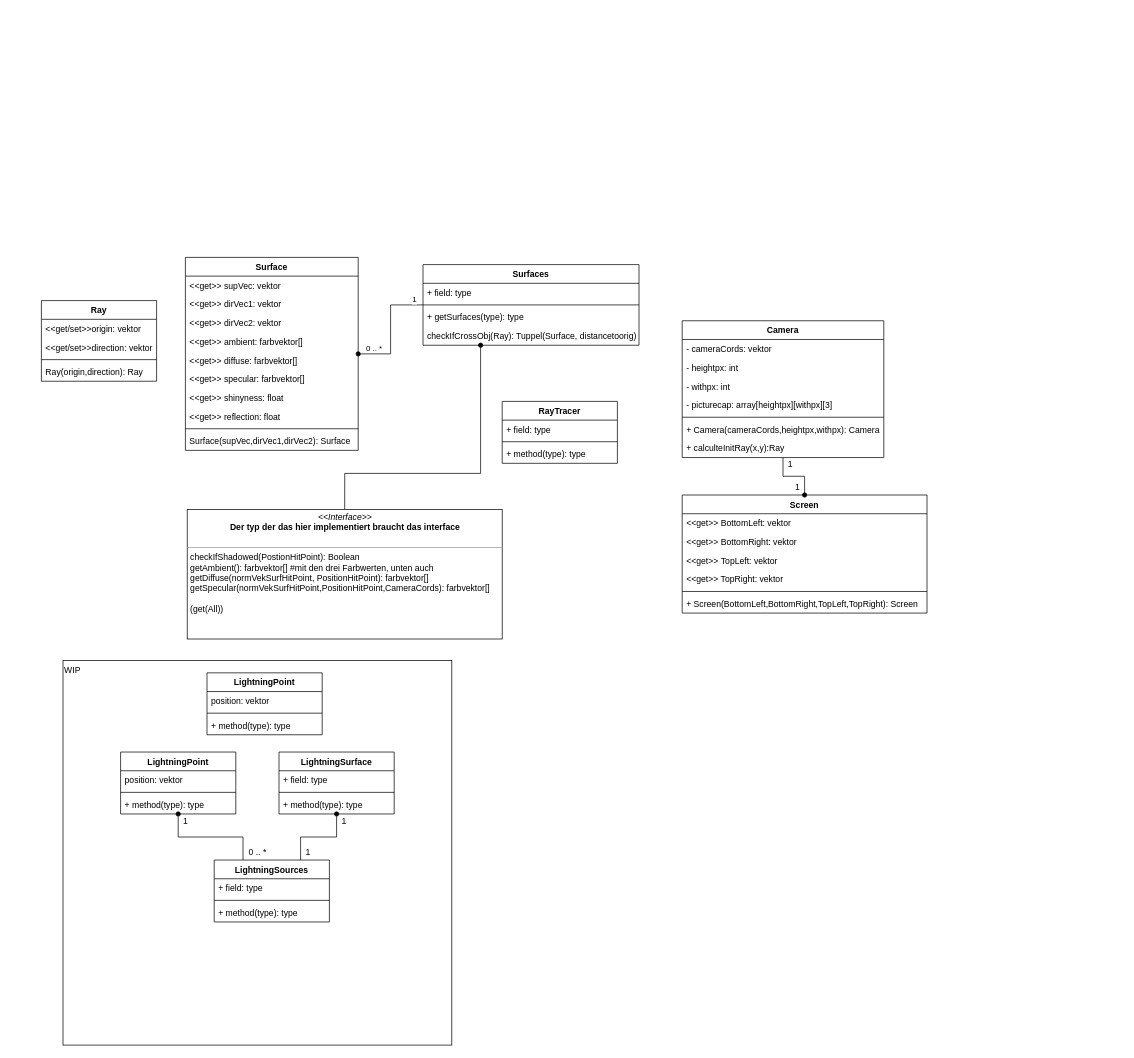
The draw.io diagram rayclasses.drawio in FreshMax9000/RayTrace, before the edit. Source tidied: cells renumbered, new cells numbered last; positions are measured from the earlier drawing's top-left corner, leaving out a move shared by most shapes. Both pictures are drawn from the tidied source at 72%, with x=0, y=0 at pixel (41, 257).
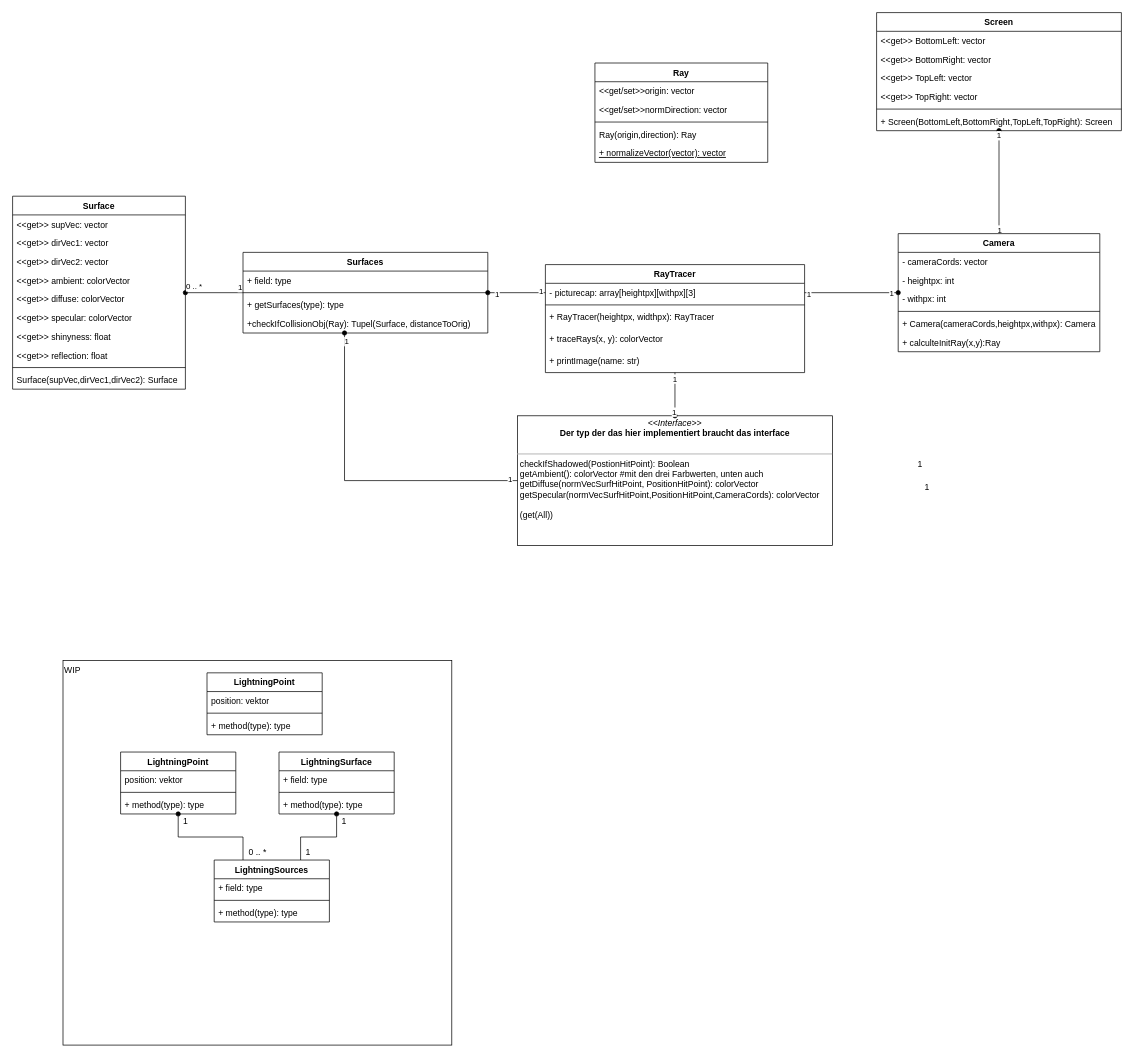
The same diagram, later.

Diff of the diagram source:
```diff
@@
     <mxCell id="6" value="Surface" style="swimlane;fontStyle=1;align=center;verticalAlign=top;horizontal=1;startSize=26;" parent="1" vertex="1">
-      <mxGeometry x="200" width="240" height="268" as="geometry" />
+      <mxGeometry x="-40" y="-85" width="240" height="268" as="geometry" />
     </mxCell>
-    <mxCell id="7" value="&lt;&lt;get&gt;&gt; supVec: vektor&#10;" style="text;strokeColor=none;fillColor=none;align=left;verticalAlign=top;spacingLeft=4;spacingRight=4;overflow=hidden;" parent="6" vertex="1">
+    <mxCell id="7" value="&lt;&lt;get&gt;&gt; supVec: vector&#10;" style="text;strokeColor=none;fillColor=none;align=left;verticalAlign=top;spacingLeft=4;spacingRight=4;overflow=hidden;" parent="6" vertex="1">
       <mxGeometry y="26" width="240" height="26" as="geometry" />
     </mxCell>
-    <mxCell id="8" value="&lt;&lt;get&gt;&gt; dirVec1: vektor" style="text;strokeColor=none;fillColor=none;align=left;verticalAlign=top;spacingLeft=4;spacingRight=4;overflow=hidden;" parent="6" vertex="1">
+    <mxCell id="8" value="&lt;&lt;get&gt;&gt; dirVec1: vector" style="text;strokeColor=none;fillColor=none;align=left;verticalAlign=top;spacingLeft=4;spacingRight=4;overflow=hidden;" parent="6" vertex="1">
       <mxGeometry y="52" width="240" height="26" as="geometry" />
     </mxCell>
-    <mxCell id="9" value="&lt;&lt;get&gt;&gt; dirVec2: vektor" style="text;strokeColor=none;fillColor=none;align=left;verticalAlign=top;spacingLeft=4;spacingRight=4;overflow=hidden;" parent="6" vertex="1">
+    <mxCell id="9" value="&lt;&lt;get&gt;&gt; dirVec2: vector" style="text;strokeColor=none;fillColor=none;align=left;verticalAlign=top;spacingLeft=4;spacingRight=4;overflow=hidden;" parent="6" vertex="1">
       <mxGeometry y="78" width="240" height="26" as="geometry" />
     </mxCell>
-    <mxCell id="10" value="&lt;&lt;get&gt;&gt; ambient: farbvektor[]" style="text;strokeColor=none;fillColor=none;align=left;verticalAlign=top;spacingLeft=4;spacingRight=4;overflow=hidden;" parent="6" vertex="1">
+    <mxCell id="10" value="&lt;&lt;get&gt;&gt; ambient: colorVector" style="text;strokeColor=none;fillColor=none;align=left;verticalAlign=top;spacingLeft=4;spacingRight=4;overflow=hidden;" parent="6" vertex="1">
       <mxGeometry y="104" width="240" height="26" as="geometry" />
     </mxCell>
-    <mxCell id="11" value="&lt;&lt;get&gt;&gt; diffuse: farbvektor[]&#10;" style="text;strokeColor=none;fillColor=none;align=left;verticalAlign=top;spacingLeft=4;spacingRight=4;overflow=hidden;" parent="6" vertex="1">
+    <mxCell id="11" value="&lt;&lt;get&gt;&gt; diffuse: colorVector&#10;" style="text;strokeColor=none;fillColor=none;align=left;verticalAlign=top;spacingLeft=4;spacingRight=4;overflow=hidden;" parent="6" vertex="1">
       <mxGeometry y="130" width="240" height="26" as="geometry" />
     </mxCell>
-    <mxCell id="12" value="&lt;&lt;get&gt;&gt; specular: farbvektor[]" style="text;strokeColor=none;fillColor=none;align=left;verticalAlign=top;spacingLeft=4;spacingRight=4;overflow=hidden;" parent="6" vertex="1">
+    <mxCell id="12" value="&lt;&lt;get&gt;&gt; specular: colorVector" style="text;strokeColor=none;fillColor=none;align=left;verticalAlign=top;spacingLeft=4;spacingRight=4;overflow=hidden;" parent="6" vertex="1">
       <mxGeometry y="156" width="240" height="26" as="geometry" />
     </mxCell>
@@
     <mxCell id="17" value="Ray" style="swimlane;fontStyle=1;align=center;verticalAlign=top;horizontal=1;startSize=26;" parent="1" vertex="1">
-      <mxGeometry y="60" width="160" height="112" as="geometry" />
+      <mxGeometry x="768.8" y="-270" width="240" height="138" as="geometry" />
     </mxCell>
-    <mxCell id="18" value="&lt;&lt;get/set&gt;&gt;origin: vektor&#10;" style="text;strokeColor=none;fillColor=none;align=left;verticalAlign=top;spacingLeft=4;spacingRight=4;overflow=hidden;" parent="17" vertex="1">
-      <mxGeometry y="26" width="160" height="26" as="geometry" />
+    <mxCell id="18" value="&lt;&lt;get/set&gt;&gt;origin: vector&#10;" style="text;strokeColor=none;fillColor=none;align=left;verticalAlign=top;spacingLeft=4;spacingRight=4;overflow=hidden;" parent="17" vertex="1">
+      <mxGeometry y="26" width="240" height="26" as="geometry" />
     </mxCell>
-    <mxCell id="19" value="&lt;&lt;get/set&gt;&gt;direction: vektor" style="text;strokeColor=none;fillColor=none;align=left;verticalAlign=top;spacingLeft=4;spacingRight=4;overflow=hidden;" parent="17" vertex="1">
-      <mxGeometry y="52" width="160" height="26" as="geometry" />
+    <mxCell id="19" value="&lt;&lt;get/set&gt;&gt;normDirection: vector" style="text;strokeColor=none;fillColor=none;align=left;verticalAlign=top;spacingLeft=4;spacingRight=4;overflow=hidden;" parent="17" vertex="1">
+      <mxGeometry y="52" width="240" height="26" as="geometry" />
     </mxCell>
     <mxCell id="20" style="line;strokeWidth=1;fillColor=none;align=left;verticalAlign=middle;spacingTop=-1;spacingLeft=3;spacingRight=3;labelPosition=right;" parent="17" vertex="1">
-      <mxGeometry y="78" width="160" height="8" as="geometry" />
+      <mxGeometry y="78" width="240" height="8" as="geometry" />
     </mxCell>
     <mxCell id="21" value="Ray(origin,direction): Ray" style="text;strokeColor=none;fillColor=none;align=left;verticalAlign=top;spacingLeft=4;spacingRight=4;overflow=hidden;" parent="17" vertex="1">
-      <mxGeometry y="86" width="160" height="26" as="geometry" />
+      <mxGeometry y="86" width="240" height="26" as="geometry" />
     </mxCell>
+    <mxCell id="73" value="+ normalizeVector(vector): vector" style="text;strokeColor=none;fillColor=none;align=left;verticalAlign=top;spacingLeft=4;spacingRight=4;overflow=hidden;fontStyle=4;" parent="17" vertex="1">
+      <mxGeometry y="112" width="240" height="26" as="geometry" />
+    </mxCell>
     <mxCell id="22" value="Screen" style="swimlane;fontStyle=1;align=center;verticalAlign=top;horizontal=1;startSize=26;" parent="1" vertex="1">
-      <mxGeometry x="890" y="330" width="340" height="164" as="geometry" />
+      <mxGeometry x="1160" y="-340" width="340" height="164" as="geometry" />
     </mxCell>
-    <mxCell id="23" value="&lt;&lt;get&gt;&gt; BottomLeft: vektor" style="text;strokeColor=none;fillColor=none;align=left;verticalAlign=top;spacingLeft=4;spacingRight=4;overflow=hidden;" parent="22" vertex="1">
+    <mxCell id="23" value="&lt;&lt;get&gt;&gt; BottomLeft: vector" style="text;strokeColor=none;fillColor=none;align=left;verticalAlign=top;spacingLeft=4;spacingRight=4;overflow=hidden;" parent="22" vertex="1">
       <mxGeometry y="26" width="340" height="26" as="geometry" />
     </mxCell>
-    <mxCell id="24" value="&lt;&lt;get&gt;&gt; BottomRight: vektor&#10;" style="text;strokeColor=none;fillColor=none;align=left;verticalAlign=top;spacingLeft=4;spacingRight=4;overflow=hidden;" parent="22" vertex="1">
+    <mxCell id="24" value="&lt;&lt;get&gt;&gt; BottomRight: vector&#10;" style="text;strokeColor=none;fillColor=none;align=left;verticalAlign=top;spacingLeft=4;spacingRight=4;overflow=hidden;" parent="22" vertex="1">
       <mxGeometry y="52" width="340" height="26" as="geometry" />
     </mxCell>
-    <mxCell id="25" value="&lt;&lt;get&gt;&gt; TopLeft: vektor" style="text;strokeColor=none;fillColor=none;align=left;verticalAlign=top;spacingLeft=4;spacingRight=4;overflow=hidden;" parent="22" vertex="1">
+    <mxCell id="25" value="&lt;&lt;get&gt;&gt; TopLeft: vector" style="text;strokeColor=none;fillColor=none;align=left;verticalAlign=top;spacingLeft=4;spacingRight=4;overflow=hidden;" parent="22" vertex="1">
       <mxGeometry y="78" width="340" height="26" as="geometry" />
     </mxCell>
-    <mxCell id="26" value="&lt;&lt;get&gt;&gt; TopRight: vektor" style="text;strokeColor=none;fillColor=none;align=left;verticalAlign=top;spacingLeft=4;spacingRight=4;overflow=hidden;" parent="22" vertex="1">
+    <mxCell id="26" value="&lt;&lt;get&gt;&gt; TopRight: vector" style="text;strokeColor=none;fillColor=none;align=left;verticalAlign=top;spacingLeft=4;spacingRight=4;overflow=hidden;" parent="22" vertex="1">
       <mxGeometry y="104" width="340" height="26" as="geometry" />
     </mxCell>
@@
-    <mxCell id="45" style="edgeStyle=orthogonalEdgeStyle;rounded=0;jettySize=auto;html=1;exitX=0.5;exitY=0;exitDx=0;exitDy=0;startArrow=oval;startFill=1;endArrow=none;endFill=0;" parent="1" edge="1" source="22" target="50">
-      <mxGeometry relative="1" as="geometry" />
-    </mxCell>
     <mxCell id="46" value="RayTracer" style="swimlane;fontStyle=1;align=center;verticalAlign=top;horizontal=1;startSize=26;" parent="1" vertex="1">
-      <mxGeometry x="640" y="200" width="160" height="86" as="geometry" />
+      <mxGeometry x="700" y="10" width="360" height="150" as="geometry" />
     </mxCell>
-    <mxCell id="47" value="+ field: type" style="text;strokeColor=none;fillColor=none;align=left;verticalAlign=top;spacingLeft=4;spacingRight=4;overflow=hidden;" parent="46" vertex="1">
-      <mxGeometry y="26" width="160" height="26" as="geometry" />
-    </mxCell>
+    <mxCell id="54" value="- picturecap: array[heightpx][withpx][3]" style="text;strokeColor=none;fillColor=none;align=left;verticalAlign=top;spacingLeft=4;spacingRight=4;overflow=hidden;points=[[0,0.5],[1,0.5]];portConstraint=eastwest;" parent="46" vertex="1">
+      <mxGeometry y="26" width="360" height="26" as="geometry" />
+    </mxCell>
     <mxCell id="48" style="line;strokeWidth=1;fillColor=none;align=left;verticalAlign=middle;spacingTop=-1;spacingLeft=3;spacingRight=3;labelPosition=right;" parent="46" vertex="1">
-      <mxGeometry y="52" width="160" height="8" as="geometry" />
+      <mxGeometry y="52" width="360" height="8" as="geometry" />
     </mxCell>
-    <mxCell id="49" value="+ method(type): type" style="text;strokeColor=none;fillColor=none;align=left;verticalAlign=top;spacingLeft=4;spacingRight=4;overflow=hidden;" parent="46" vertex="1">
-      <mxGeometry y="60" width="160" height="26" as="geometry" />
+    <mxCell id="49" value="+ RayTracer(heightpx, widthpx): RayTracer" style="text;strokeColor=none;fillColor=none;align=left;verticalAlign=top;spacingLeft=4;spacingRight=4;overflow=hidden;" parent="46" vertex="1">
+      <mxGeometry y="60" width="360" height="30" as="geometry" />
     </mxCell>
+    <mxCell id="74" value="+ traceRays(x, y): colorVector" style="text;strokeColor=none;fillColor=none;align=left;verticalAlign=top;spacingLeft=4;spacingRight=4;overflow=hidden;" parent="46" vertex="1">
+      <mxGeometry y="90" width="360" height="30" as="geometry" />
+    </mxCell>
+    <mxCell id="75" value="+ printImage(name: str)" style="text;strokeColor=none;fillColor=none;align=left;verticalAlign=top;spacingLeft=4;spacingRight=4;overflow=hidden;" parent="46" vertex="1">
+      <mxGeometry y="120" width="360" height="30" as="geometry" />
+    </mxCell>
+    <mxCell id="76" style="edgeStyle=orthogonalEdgeStyle;rounded=0;jettySize=auto;html=1;exitX=0.5;exitY=0;exitDx=0;exitDy=0;startArrow=none;startFill=0;endArrow=oval;endFill=1;" parent="1" edge="1" source="50" target="22">
+      <mxGeometry relative="1" as="geometry" />
+    </mxCell>
+    <mxCell id="77" value="1" style="edgeLabel;html=1;align=center;verticalAlign=middle;" parent="76" vertex="1">
+      <mxGeometry x="-0.91" relative="1" as="geometry" />
+    </mxCell>
+    <mxCell id="78" value="1" style="edgeLabel;html=1;align=center;verticalAlign=middle;" parent="76" vertex="1">
+      <mxGeometry x="0.92" y="1" relative="1" as="geometry" />
+    </mxCell>
     <mxCell id="50" value="Camera" style="swimlane;fontStyle=1;align=center;verticalAlign=top;horizontal=1;startSize=26;" parent="1" vertex="1">
-      <mxGeometry x="890" y="88" width="280" height="190" as="geometry" />
+      <mxGeometry x="1190" y="-33" width="280" height="164" as="geometry" />
     </mxCell>
-    <mxCell id="51" value="- cameraCords: vektor" style="text;strokeColor=none;fillColor=none;align=left;verticalAlign=top;spacingLeft=4;spacingRight=4;overflow=hidden;" parent="50" vertex="1">
+    <mxCell id="51" value="- cameraCords: vector" style="text;strokeColor=none;fillColor=none;align=left;verticalAlign=top;spacingLeft=4;spacingRight=4;overflow=hidden;" parent="50" vertex="1">
       <mxGeometry y="26" width="280" height="26" as="geometry" />
     </mxCell>
@@
-    <mxCell id="54" value="- picturecap: array[heightpx][withpx][3]" style="text;strokeColor=none;fillColor=none;align=left;verticalAlign=top;spacingLeft=4;spacingRight=4;overflow=hidden;points=[[0,0.5],[1,0.5]];portConstraint=eastwest;" parent="50" vertex="1">
-      <mxGeometry y="104" width="280" height="26" as="geometry" />
-    </mxCell>
     <mxCell id="55" style="line;strokeWidth=1;fillColor=none;align=left;verticalAlign=middle;spacingTop=-1;spacingLeft=3;spacingRight=3;labelPosition=right;" parent="50" vertex="1">
-      <mxGeometry y="130" width="280" height="8" as="geometry" />
+      <mxGeometry y="104" width="280" height="8" as="geometry" />
     </mxCell>
     <mxCell id="56" value="+ Camera(cameraCords,heightpx,withpx): Camera" style="text;strokeColor=none;fillColor=none;align=left;verticalAlign=top;spacingLeft=4;spacingRight=4;overflow=hidden;" parent="50" vertex="1">
-      <mxGeometry y="138" width="280" height="26" as="geometry" />
+      <mxGeometry y="112" width="280" height="26" as="geometry" />
     </mxCell>
     <mxCell id="57" value="+ calculteInitRay(x,y):Ray" style="text;strokeColor=none;fillColor=none;align=left;verticalAlign=top;spacingLeft=4;spacingRight=4;overflow=hidden;" parent="50" vertex="1">
-      <mxGeometry y="164" width="280" height="26" as="geometry" />
+      <mxGeometry y="138" width="280" height="26" as="geometry" />
     </mxCell>
@@
     <mxCell id="60" value="1" style="text;html=1;align=center;verticalAlign=middle;" parent="1" vertex="1">
-      <mxGeometry x="1040" y="310" width="20" height="20" as="geometry" />
+      <mxGeometry x="1220" y="310" width="20" height="20" as="geometry" />
     </mxCell>
     <mxCell id="61" value="1" style="text;html=1;align=center;verticalAlign=middle;" parent="1" vertex="1">
-      <mxGeometry x="1030" y="278" width="20" height="20" as="geometry" />
+      <mxGeometry x="1210" y="278" width="20" height="20" as="geometry" />
     </mxCell>
@@
-    <mxCell id="66" value="&lt;p style=&quot;margin: 0px ; margin-top: 4px ; text-align: center&quot;&gt;&lt;i&gt;&amp;lt;&amp;lt;Interface&amp;gt;&amp;gt;&lt;/i&gt;&lt;br&gt;&lt;b&gt;Der typ der das hier implementiert braucht das interface&lt;/b&gt;&lt;/p&gt;&lt;p style=&quot;margin: 0px ; margin-left: 4px&quot;&gt;&lt;br&gt;&lt;/p&gt;&lt;hr size=&quot;1&quot;&gt;&lt;p style=&quot;margin: 0px ; margin-left: 4px&quot;&gt;checkIfShadowed(PostionHitPoint): Boolean&lt;/p&gt;&lt;p style=&quot;margin: 0px ; margin-left: 4px&quot;&gt;getAmbient(): farbvektor[] #mit den drei Farbwerten, unten auch&lt;/p&gt;&lt;p style=&quot;margin: 0px ; margin-left: 4px&quot;&gt;getDiffuse(normVekSurfHitPoint, PositionHitPoint): farbvektor[]&lt;/p&gt;&lt;p style=&quot;margin: 0px ; margin-left: 4px&quot;&gt;getSpecular(normVekSurfHitPoint,PositionHitPoint,CameraCords): farbvektor[]&lt;/p&gt;&lt;p style=&quot;margin: 0px ; margin-left: 4px&quot;&gt;&lt;br&gt;&lt;/p&gt;&lt;p style=&quot;margin: 0px ; margin-left: 4px&quot;&gt;(get(All))&lt;br&gt;&lt;/p&gt;" style="verticalAlign=top;align=left;overflow=fill;fontSize=12;fontFamily=Helvetica;html=1;" parent="1" vertex="1">
-      <mxGeometry x="202.5" y="350" width="437.5" height="180" as="geometry" />
+    <mxCell id="66" value="&lt;p style=&quot;margin: 0px ; margin-top: 4px ; text-align: center&quot;&gt;&lt;i&gt;&amp;lt;&amp;lt;Interface&amp;gt;&amp;gt;&lt;/i&gt;&lt;br&gt;&lt;b&gt;Der typ der das hier implementiert braucht das interface&lt;/b&gt;&lt;/p&gt;&lt;p style=&quot;margin: 0px ; margin-left: 4px&quot;&gt;&lt;br&gt;&lt;/p&gt;&lt;hr size=&quot;1&quot;&gt;&lt;p style=&quot;margin: 0px ; margin-left: 4px&quot;&gt;checkIfShadowed(PostionHitPoint): Boolean&lt;/p&gt;&lt;p style=&quot;margin: 0px ; margin-left: 4px&quot;&gt;getAmbient(): colorVector #mit den drei Farbwerten, unten auch&lt;/p&gt;&lt;p style=&quot;margin: 0px ; margin-left: 4px&quot;&gt;getDiffuse(normVecSurfHitPoint, PositionHitPoint): colorVector&lt;/p&gt;&lt;p style=&quot;margin: 0px ; margin-left: 4px&quot;&gt;getSpecular(normVecSurfHitPoint,PositionHitPoint,CameraCords): colorVector&lt;/p&gt;&lt;p style=&quot;margin: 0px ; margin-left: 4px&quot;&gt;&lt;br&gt;&lt;/p&gt;&lt;p style=&quot;margin: 0px ; margin-left: 4px&quot;&gt;(get(All))&lt;br&gt;&lt;/p&gt;" style="verticalAlign=top;align=left;overflow=fill;fontSize=12;fontFamily=Helvetica;html=1;" parent="1" vertex="1">
+      <mxGeometry x="661.2" y="220" width="437.5" height="180" as="geometry" />
     </mxCell>
     <mxCell id="67" value="Surfaces" style="swimlane;fontStyle=1;align=center;verticalAlign=top;horizontal=1;startSize=26;" parent="1" vertex="1">
-      <mxGeometry x="530" y="10" width="300" height="112" as="geometry" />
+      <mxGeometry x="280" y="-7" width="340" height="112" as="geometry" />
     </mxCell>
     <mxCell id="68" value="+ field: type" style="text;strokeColor=none;fillColor=none;align=left;verticalAlign=top;spacingLeft=4;spacingRight=4;overflow=hidden;" parent="67" vertex="1">
-      <mxGeometry y="26" width="300" height="26" as="geometry" />
+      <mxGeometry y="26" width="340" height="26" as="geometry" />
     </mxCell>
     <mxCell id="69" style="line;strokeWidth=1;fillColor=none;align=left;verticalAlign=middle;spacingTop=-1;spacingLeft=3;spacingRight=3;labelPosition=right;" parent="67" vertex="1">
-      <mxGeometry y="52" width="300" height="8" as="geometry" />
+      <mxGeometry y="52" width="340" height="8" as="geometry" />
     </mxCell>
     <mxCell id="70" value="+ getSurfaces(type): type" style="text;strokeColor=none;fillColor=none;align=left;verticalAlign=top;spacingLeft=4;spacingRight=4;overflow=hidden;" parent="67" vertex="1">
-      <mxGeometry y="60" width="300" height="26" as="geometry" />
+      <mxGeometry y="60" width="340" height="26" as="geometry" />
     </mxCell>
-    <mxCell id="71" value="checkIfCrossObj(Ray): Tuppel(Surface, distancetoorig)" style="text;strokeColor=none;fillColor=none;align=left;verticalAlign=top;spacingLeft=4;spacingRight=4;overflow=hidden;" parent="67" vertex="1">
-      <mxGeometry y="86" width="300" height="26" as="geometry" />
+    <mxCell id="71" value="+checkIfCollisionObj(Ray): Tupel(Surface, distanceToOrig)" style="text;strokeColor=none;fillColor=none;align=left;verticalAlign=top;spacingLeft=4;spacingRight=4;overflow=hidden;" parent="67" vertex="1">
+      <mxGeometry y="86" width="340" height="26" as="geometry" />
     </mxCell>
-    <mxCell id="72" style="edgeStyle=orthogonalEdgeStyle;rounded=0;jettySize=auto;html=1;exitX=0.5;exitY=0;exitDx=0;exitDy=0;startArrow=none;startFill=0;endArrow=oval;endFill=1;" parent="1" edge="1" source="66" target="67">
+    <mxCell id="72" style="edgeStyle=orthogonalEdgeStyle;rounded=0;jettySize=auto;html=1;startArrow=none;startFill=0;endArrow=oval;endFill=1;" parent="1" edge="1" source="66" target="67">
       <mxGeometry relative="1" as="geometry">
         <Array as="points">
-          <mxPoint x="421" y="300" />
-          <mxPoint x="610" y="300" />
+          <mxPoint x="421" y="310" />
         </Array>
       </mxGeometry>
     </mxCell>
+    <mxCell id="79" value="1" style="edgeLabel;html=1;align=center;verticalAlign=middle;" parent="72" vertex="1">
+      <mxGeometry x="0.95" y="-2" relative="1" as="geometry" />
+    </mxCell>
+    <mxCell id="80" value="1" style="edgeLabel;html=1;align=center;verticalAlign=middle;" parent="72" vertex="1">
+      <mxGeometry x="-0.95" y="-2" relative="1" as="geometry" />
+    </mxCell>
+    <mxCell id="81" style="edgeStyle=orthogonalEdgeStyle;rounded=0;jettySize=auto;html=1;exitX=1;exitY=0.5;exitDx=0;exitDy=0;endArrow=oval;endFill=1;" parent="1" edge="1" source="54" target="50">
+      <mxGeometry relative="1" as="geometry" />
+    </mxCell>
+    <mxCell id="82" value="1" style="edgeLabel;html=1;align=center;verticalAlign=middle;" parent="81" vertex="1">
+      <mxGeometry x="-0.92" y="-1" relative="1" as="geometry" />
+    </mxCell>
+    <mxCell id="83" value="1" style="edgeLabel;html=1;align=center;verticalAlign=middle;" parent="81" vertex="1">
+      <mxGeometry x="0.84" relative="1" as="geometry" />
+    </mxCell>
+    <mxCell id="84" style="edgeStyle=orthogonalEdgeStyle;rounded=0;jettySize=auto;html=1;exitX=0;exitY=0.5;exitDx=0;exitDy=0;endArrow=oval;endFill=1;" parent="1" edge="1" source="54" target="67">
+      <mxGeometry relative="1" as="geometry" />
+    </mxCell>
+    <mxCell id="85" value="1" style="edgeLabel;html=1;align=center;verticalAlign=middle;" parent="84" vertex="1">
+      <mxGeometry x="-0.83" y="-2" relative="1" as="geometry" />
+    </mxCell>
+    <mxCell id="86" value="1" style="edgeLabel;html=1;align=center;verticalAlign=middle;" parent="84" vertex="1">
+      <mxGeometry x="0.71" y="2" relative="1" as="geometry" />
+    </mxCell>
+    <mxCell id="87" style="edgeStyle=orthogonalEdgeStyle;rounded=0;jettySize=auto;html=1;exitX=0.5;exitY=0;exitDx=0;exitDy=0;endArrow=none;endFill=0;startArrow=oval;startFill=1;" parent="1" edge="1" source="66" target="46">
+      <mxGeometry relative="1" as="geometry" />
+    </mxCell>
+    <mxCell id="88" value="1" style="edgeLabel;html=1;align=center;verticalAlign=middle;" parent="87" vertex="1">
+      <mxGeometry x="0.74" relative="1" as="geometry" />
+    </mxCell>
+    <mxCell id="89" value="1" style="edgeLabel;html=1;align=center;verticalAlign=middle;" parent="87" vertex="1">
+      <mxGeometry x="-0.8" y="1" relative="1" as="geometry" />
+    </mxCell>
```
